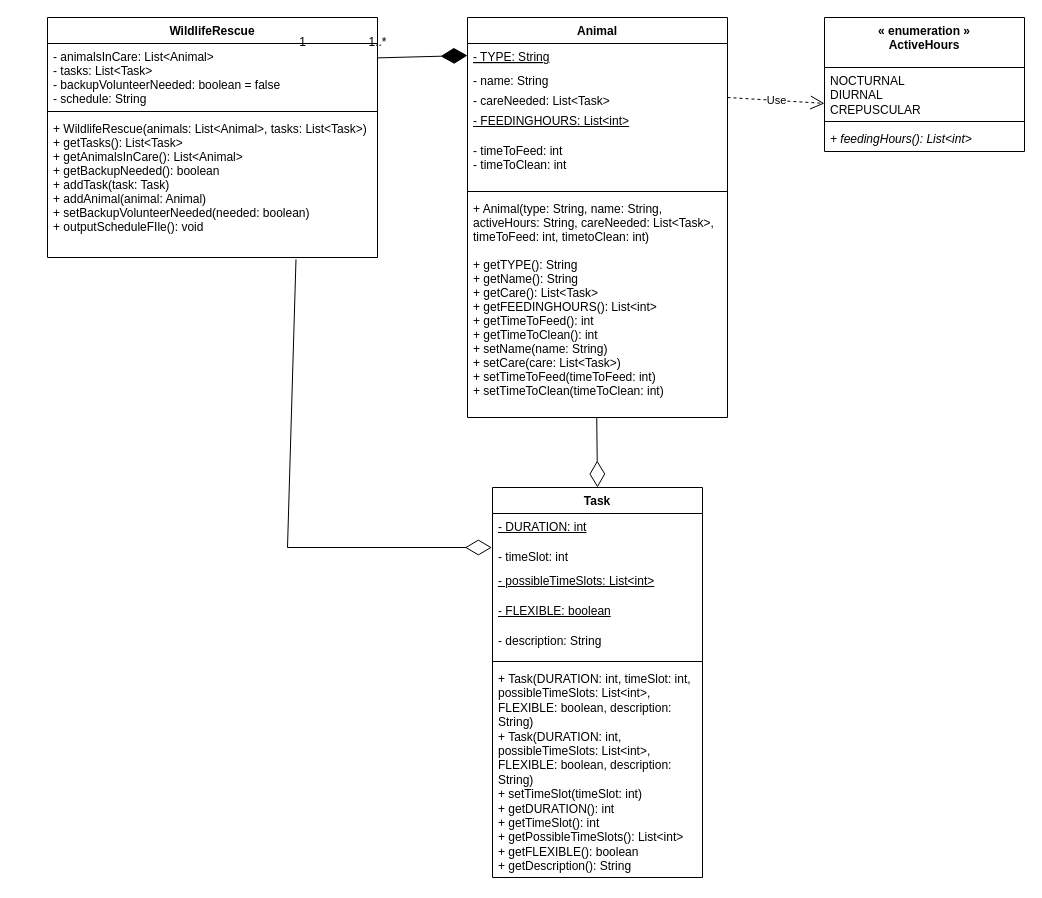
This is 64.drawio from aryan-karadia/Mock-Schedule-Builder, a draw.io file, before an edit. Source tidied: cells renumbered, new cells numbered last; positions are measured from the earlier drawing's top-left corner, leaving out a move shared by most shapes. Both pictures are drawn from the tidied source at 100%, with x=0, y=0 at pixel (47, 17).
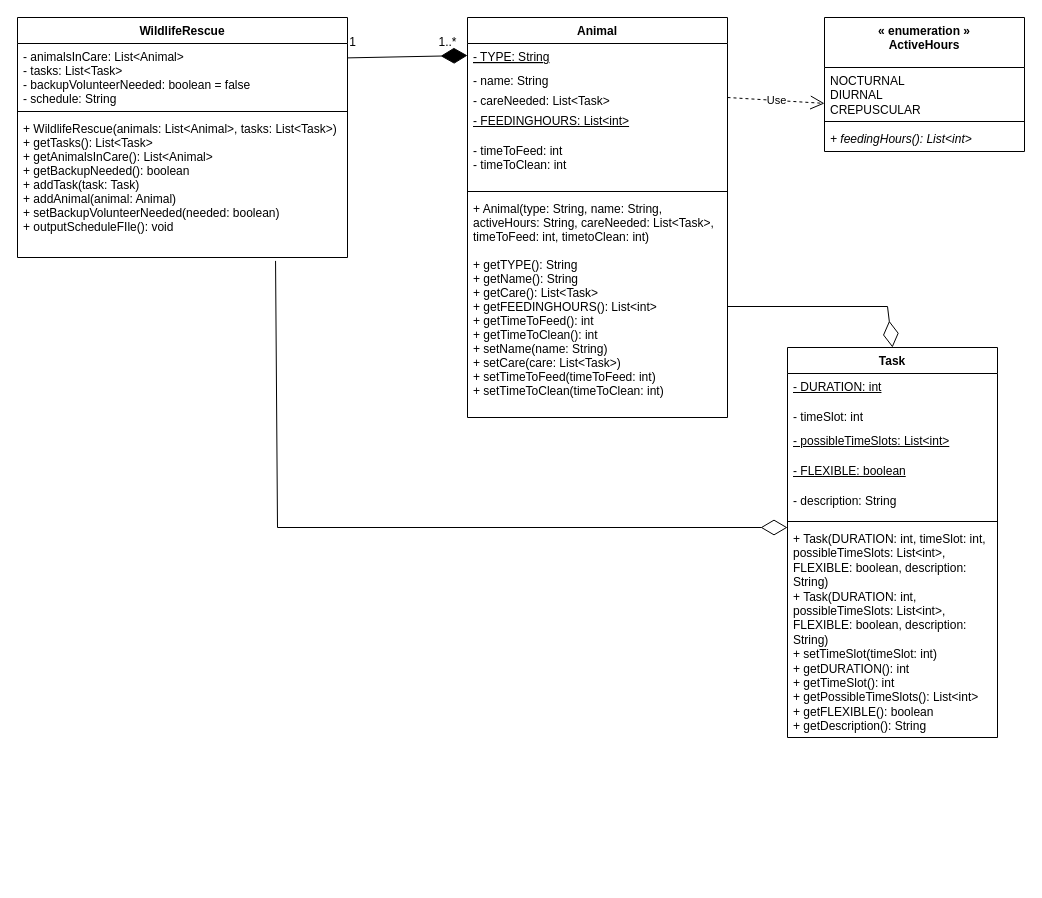
The same page after the edit.

Commit message:
rearranging pdf

The change refers to these unchanged cells:
```xml
<mxCell id="5" value="+ WildlifeRescue(animals: List&lt;Animal&gt;, tasks: List&lt;Task&gt;)&#10;+ getTasks(): List&lt;Task&gt;&#10;+ getAnimalsInCare(): List&lt;Animal&gt;&#10;+ getBackupNeeded(): boolean&#10;+ addTask(task: Task)&#10;+ addAnimal(animal: Animal)&#10;+ setBackupVolunteerNeeded(needed: boolean)&#10;+ outputScheduleFIle(): void" style="text;strokeColor=none;fillColor=none;align=left;verticalAlign=top;spacingLeft=4;spacingRight=4;overflow=hidden;points=[[0,0.5],[1,0.5]];portConstraint=eastwest;" parent="2" vertex="1">
  <mxGeometry y="98" width="330" height="142" as="geometry" />
</mxCell>
<mxCell id="13" value="+ Animal(type: String, name: String, &#10;activeHours: String, careNeeded: List&lt;Task&gt;, &#10;timeToFeed: int, timetoClean: int)&#10;&#10;+ getTYPE(): String&#10;+ getName(): String&#10;+ getCare(): List&lt;Task&gt;&#10;+ getFEEDINGHOURS(): List&lt;int&gt;&#10;+ getTimeToFeed(): int&#10;+ getTimeToClean(): int&#10;+ setName(name: String)&#10;+ setCare(care: List&lt;Task&gt;)&#10;+ setTimeToFeed(timeToFeed: int)&#10;+ setTimeToClean(timeToClean: int)&#10;&#10;" style="text;strokeColor=none;fillColor=none;align=left;verticalAlign=top;spacingLeft=4;spacingRight=4;overflow=hidden;points=[[0,0.5],[1,0.5]];portConstraint=eastwest;" parent="6" vertex="1">
  <mxGeometry y="178" width="260" height="222" as="geometry" />
</mxCell>
<mxCell id="22" value="- timeSlot: int" style="text;strokeColor=none;fillColor=none;align=left;verticalAlign=top;spacingLeft=4;spacingRight=4;overflow=hidden;points=[[0,0.5],[1,0.5]];portConstraint=eastwest;whiteSpace=wrap;html=1;" parent="20" vertex="1">
  <mxGeometry y="56" width="210" height="24" as="geometry" />
</mxCell>
```

The edit, as a diff of the source:
```diff
@@
     <mxCell id="2" value="WildlifeRescue" style="swimlane;fontStyle=1;align=center;verticalAlign=top;horizontal=1;startSize=26;" parent="1" vertex="1">
-      <mxGeometry width="330" height="240" as="geometry" />
+      <mxGeometry x="-30" width="330" height="240" as="geometry" />
     </mxCell>
@@
     <mxCell id="20" value="Task" style="swimlane;fontStyle=1;align=center;verticalAlign=top;horizontal=1;startSize=26;whiteSpace=wrap;html=1;" parent="1" vertex="1">
-      <mxGeometry x="445" y="470" width="210" height="390" as="geometry" />
+      <mxGeometry x="740" y="330" width="210" height="390" as="geometry" />
     </mxCell>
@@
-    <mxCell id="28" style="endArrow=diamondThin;endFill=0;endSize=24;html=1;rounded=0;entryX=0.5;entryY=0;entryDx=0;entryDy=0;exitX=0.497;exitY=1;exitDx=0;exitDy=0;exitPerimeter=0;" parent="1" edge="1" source="13" target="20">
-      <mxGeometry relative="1" as="geometry" />
+    <mxCell id="28" style="endArrow=diamondThin;endFill=0;endSize=24;html=1;rounded=0;entryX=0.5;entryY=0;entryDx=0;entryDy=0;exitX=1;exitY=0.5;exitDx=0;exitDy=0;" parent="1" edge="1" source="13" target="20">
+      <mxGeometry relative="1" as="geometry">
+        <Array as="points">
+          <mxPoint x="840" y="289" />
+        </Array>
+      </mxGeometry>
     </mxCell>
     <mxCell id="29" value="1" style="text;html=1;align=center;verticalAlign=middle;strokeColor=none;fillColor=none;" parent="1" vertex="1">
-      <mxGeometry x="240" y="10" width="30" height="30" as="geometry" />
+      <mxGeometry x="290" y="10" width="30" height="30" as="geometry" />
     </mxCell>
     <mxCell id="30" value="1..*" style="text;html=1;align=center;verticalAlign=middle;strokeColor=none;fillColor=none;" parent="1" vertex="1">
-      <mxGeometry x="310" y="10" width="40" height="30" as="geometry" />
+      <mxGeometry x="380" y="10" width="40" height="30" as="geometry" />
     </mxCell>
-    <mxCell id="31" style="endArrow=diamondThin;endFill=0;endSize=24;html=1;rounded=0;exitX=0.753;exitY=1.013;exitDx=0;exitDy=0;exitPerimeter=0;entryX=-0.003;entryY=0.167;entryDx=0;entryDy=0;entryPerimeter=0;" parent="1" edge="1" source="5" target="22">
+    <mxCell id="31" style="endArrow=diamondThin;endFill=0;endSize=24;html=1;rounded=0;exitX=0.782;exitY=1.024;exitDx=0;exitDy=0;exitPerimeter=0;" parent="1" edge="1" source="5">
       <mxGeometry relative="1" as="geometry">
+        <mxPoint x="740" y="510" as="targetPoint" />
         <Array as="points">
-          <mxPoint x="240" y="530" />
+          <mxPoint x="230" y="510" />
         </Array>
       </mxGeometry>
     </mxCell>
```
